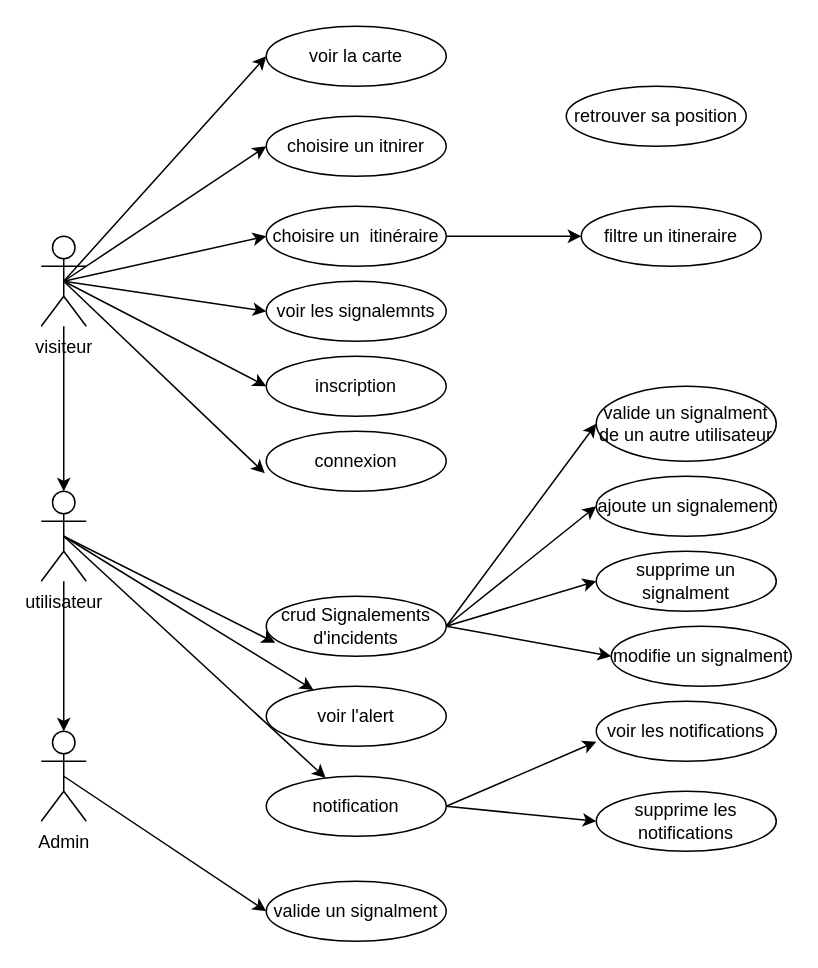
Before: Documentation/Diagramma senza titolo.drawio in hamza-bely/4proj, a draw.io diagram. Source tidied: cells renumbered, new cells numbered last; positions are measured from the earlier drawing's top-left corner, leaving out a move shared by most shapes. Both pictures are drawn from the tidied source at 150%, with x=0, y=0 at pixel (40, 26).
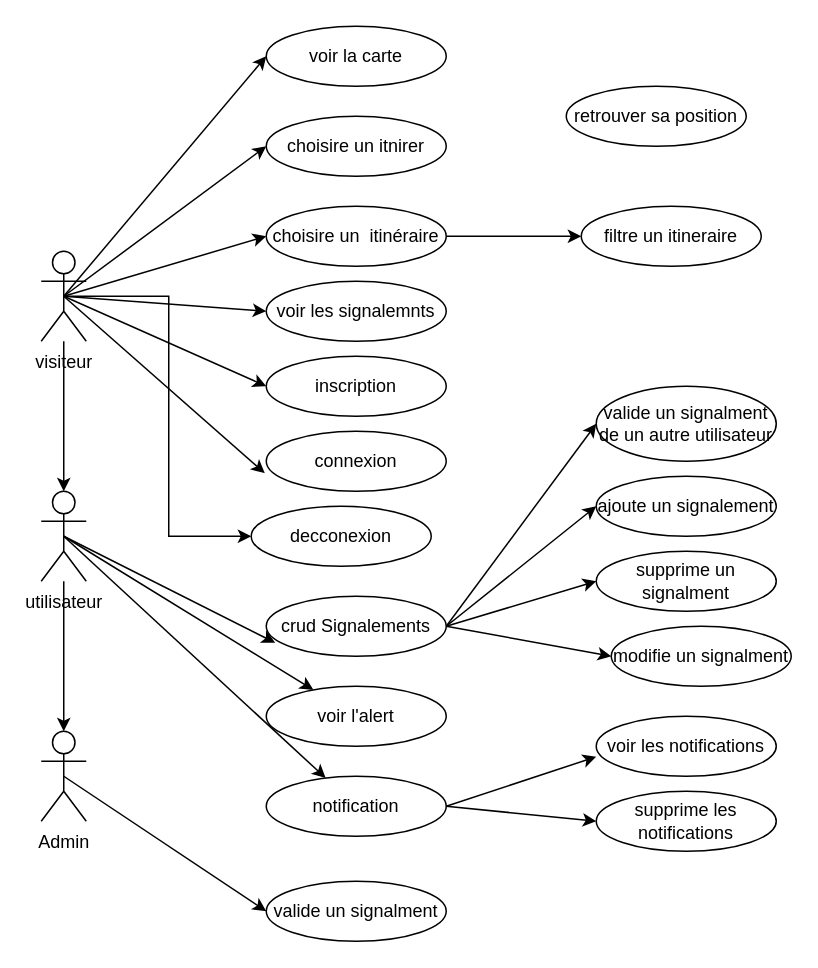
Above is the later version.

Diff of the diagram source:
```diff
@@
+    <mxCell id="42" style="edgeStyle=orthogonalEdgeStyle;rounded=0;jettySize=auto;html=1;exitX=0.5;exitY=0.5;exitDx=0;exitDy=0;exitPerimeter=0;entryX=0;entryY=0.5;entryDx=0;entryDy=0;" parent="1" edge="1" source="8" target="43">
+      <mxGeometry relative="1" as="geometry" />
+    </mxCell>
     <mxCell id="8" value="visiteur" style="shape=umlActor;verticalLabelPosition=bottom;verticalAlign=top;html=1;outlineConnect=0;" parent="1" vertex="1">
-      <mxGeometry y="140" width="30" height="60" as="geometry" />
+      <mxGeometry y="150" width="30" height="60" as="geometry" />
     </mxCell>
@@
-    <mxCell id="26" value="&lt;font style=&quot;font-size: 12px;&quot; face=&quot;Helvetica&quot;&gt;crud&amp;nbsp;Signalements d'incidents&lt;/font&gt;" style="ellipse;whiteSpace=wrap;html=1;" parent="1" vertex="1">
+    <mxCell id="26" value="&lt;font style=&quot;font-size: 12px;&quot; face=&quot;Helvetica&quot;&gt;crud&amp;nbsp;Signalements&lt;/font&gt;" style="ellipse;whiteSpace=wrap;html=1;" parent="1" vertex="1">
       <mxGeometry x="150" y="380" width="120" height="40" as="geometry" />
     </mxCell>
@@
     <mxCell id="34" value="voir les notifications" style="ellipse;whiteSpace=wrap;html=1;" parent="1" vertex="1">
-      <mxGeometry x="370" y="450" width="120" height="40" as="geometry" />
+      <mxGeometry x="370" y="460" width="120" height="40" as="geometry" />
     </mxCell>
@@
+    <mxCell id="43" value="decconexion" style="ellipse;whiteSpace=wrap;html=1;" parent="1" vertex="1">
+      <mxGeometry x="140" y="320" width="120" height="40" as="geometry" />
+    </mxCell>
```
